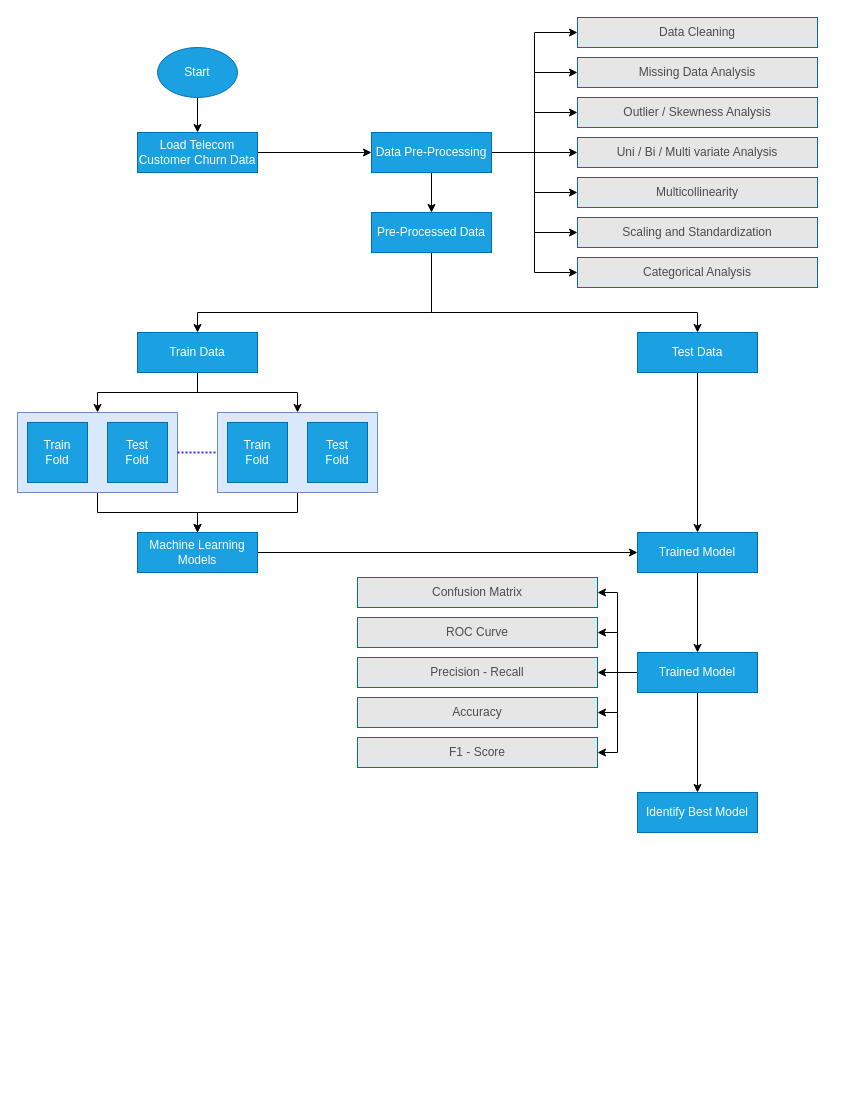
This is Research Proposal/Research proposal.drawio from anishmahapatra/MSc-Data-Science, a draw.io file, before an edit. Source tidied: cells renumbered, new cells numbered last; positions are measured from the earlier drawing's top-left corner, leaving out a move shared by most shapes. Both pictures are drawn from the tidied source at 100%, with x=0, y=0 at pixel (17, 17).
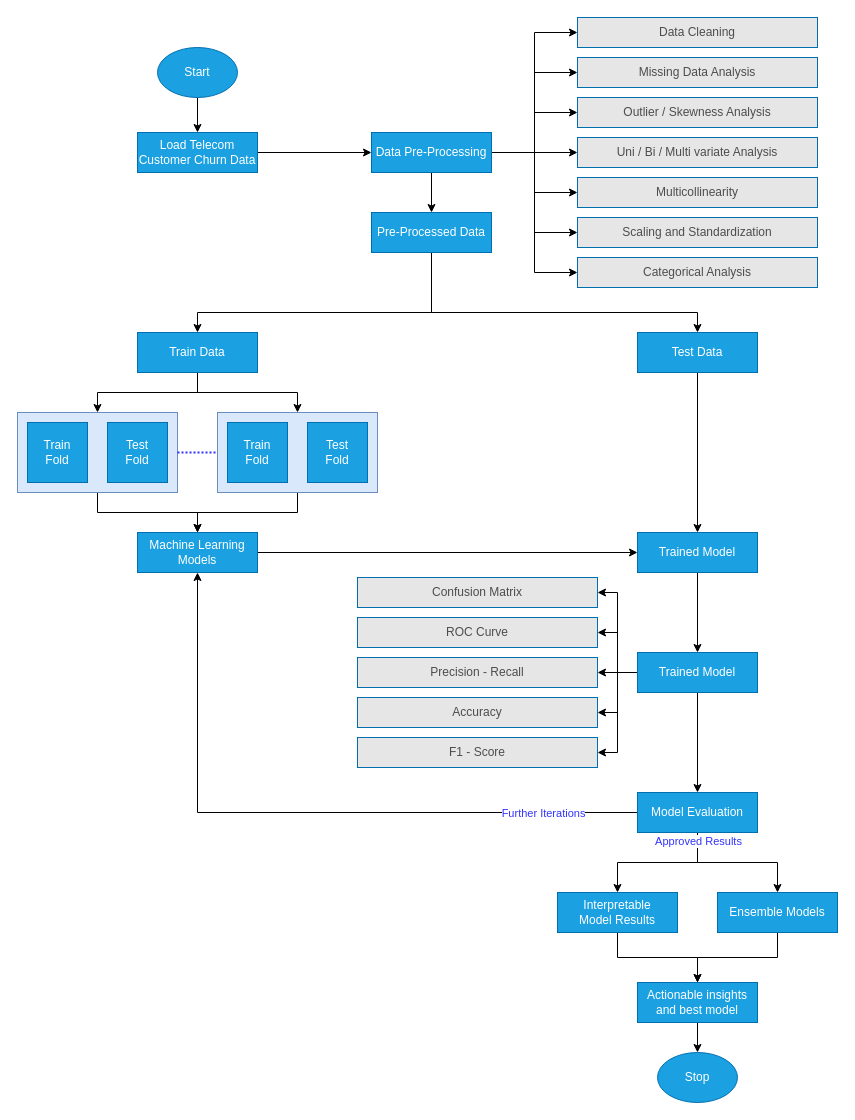
The same page after the edit.

Unchanged cells that the change refers to:
```xml
<mxCell id="41" value="Machine Learning Models" style="rounded=0;whiteSpace=wrap;html=1;fillColor=#1ba1e2;strokeColor=#006EAF;fontColor=#ffffff;" parent="1" vertex="1">
  <mxGeometry x="120" y="515" width="120" height="40" as="geometry" />
</mxCell>
```

What changed in the source:
```diff
@@
+    <mxCell id="56" style="edgeStyle=orthogonalEdgeStyle;rounded=0;jettySize=auto;html=1;strokeColor=#010105;fontColor=#3333FF;" parent="1" edge="1" source="54" target="41">
+      <mxGeometry relative="1" as="geometry" />
+    </mxCell>
+    <mxCell id="57" value="Further Iterations" style="edgeLabel;html=1;align=center;verticalAlign=middle;fontColor=#3333FF;" parent="56" vertex="1">
+      <mxGeometry x="-0.72" relative="1" as="geometry" />
+    </mxCell>
+    <mxCell id="58" style="edgeStyle=orthogonalEdgeStyle;rounded=0;jettySize=auto;html=1;strokeColor=#010105;fontColor=#3333FF;" parent="1" edge="1" source="54" target="62">
+      <mxGeometry relative="1" as="geometry" />
+    </mxCell>
+    <mxCell id="59" style="edgeStyle=orthogonalEdgeStyle;rounded=0;jettySize=auto;html=1;strokeColor=#010105;fontColor=#3333FF;" parent="1" edge="1" source="54" target="64">
+      <mxGeometry relative="1" as="geometry" />
+    </mxCell>
+    <mxCell id="60" value="Approved Results" style="edgeLabel;html=1;align=center;verticalAlign=middle;fontColor=#3333FF;" parent="59" vertex="1">
+      <mxGeometry x="-0.88" relative="1" as="geometry" />
+    </mxCell>
-    <mxCell id="54" value="Identify Best Model" style="rounded=0;whiteSpace=wrap;html=1;fillColor=#1ba1e2;strokeColor=#006EAF;fontColor=#ffffff;" parent="1" vertex="1">
+    <mxCell id="54" value="Model Evaluation" style="rounded=0;whiteSpace=wrap;html=1;fillColor=#1ba1e2;strokeColor=#006EAF;fontColor=#ffffff;" parent="1" vertex="1">
       <mxGeometry x="620" y="775" width="120" height="40" as="geometry" />
     </mxCell>
@@
+    <mxCell id="61" style="edgeStyle=orthogonalEdgeStyle;rounded=0;jettySize=auto;html=1;strokeColor=#010105;fontColor=#3333FF;" parent="1" edge="1" source="62" target="66">
+      <mxGeometry relative="1" as="geometry" />
+    </mxCell>
+    <mxCell id="62" value="Interpretable &lt;br&gt;Model Results" style="rounded=0;whiteSpace=wrap;html=1;fillColor=#1ba1e2;strokeColor=#006EAF;fontColor=#ffffff;" parent="1" vertex="1">
+      <mxGeometry x="540" y="875" width="120" height="40" as="geometry" />
+    </mxCell>
+    <mxCell id="63" style="edgeStyle=orthogonalEdgeStyle;rounded=0;jettySize=auto;html=1;entryX=0.5;entryY=0;entryDx=0;entryDy=0;strokeColor=#010105;fontColor=#3333FF;" parent="1" edge="1" source="64" target="66">
+      <mxGeometry relative="1" as="geometry" />
+    </mxCell>
+    <mxCell id="64" value="Ensemble Models" style="rounded=0;whiteSpace=wrap;html=1;fillColor=#1ba1e2;strokeColor=#006EAF;fontColor=#ffffff;" parent="1" vertex="1">
+      <mxGeometry x="700" y="875" width="120" height="40" as="geometry" />
+    </mxCell>
+    <mxCell id="65" style="edgeStyle=orthogonalEdgeStyle;rounded=0;jettySize=auto;html=1;strokeColor=#010105;fontColor=#3333FF;" parent="1" edge="1" source="66" target="67">
+      <mxGeometry relative="1" as="geometry" />
+    </mxCell>
+    <mxCell id="66" value="Actionable insights and best model" style="rounded=0;whiteSpace=wrap;html=1;fillColor=#1ba1e2;strokeColor=#006EAF;fontColor=#ffffff;" parent="1" vertex="1">
+      <mxGeometry x="620" y="965" width="120" height="40" as="geometry" />
+    </mxCell>
+    <mxCell id="67" value="Stop" style="ellipse;whiteSpace=wrap;html=1;fillColor=#1ba1e2;strokeColor=#006EAF;fontColor=#ffffff;" parent="1" vertex="1">
+      <mxGeometry x="640" y="1035" width="80" height="50" as="geometry" />
+    </mxCell>
```
